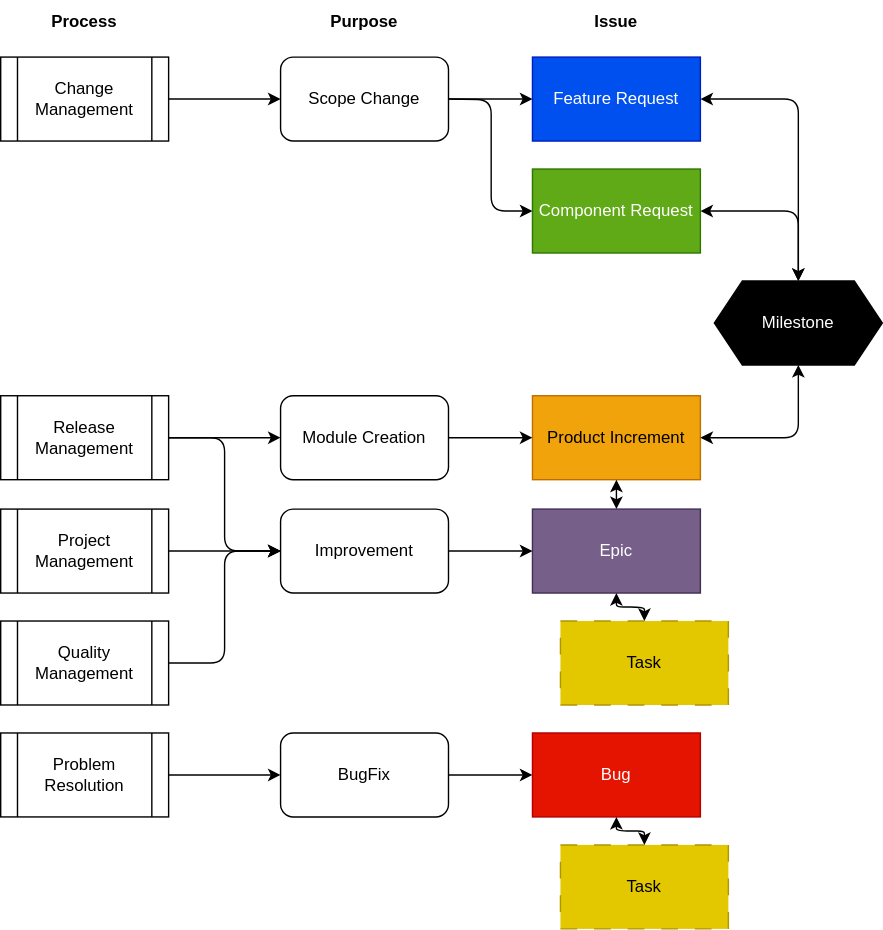
Before: main/_images/score_project_management_process_issue_overview.drawio.svg, a diagram exported from draw.io (eclipse-score/score). Source tidied: cells renumbered, new cells last; positions are measured from the earlier drawing's top-left corner, leaving out a move shared by most shapes.
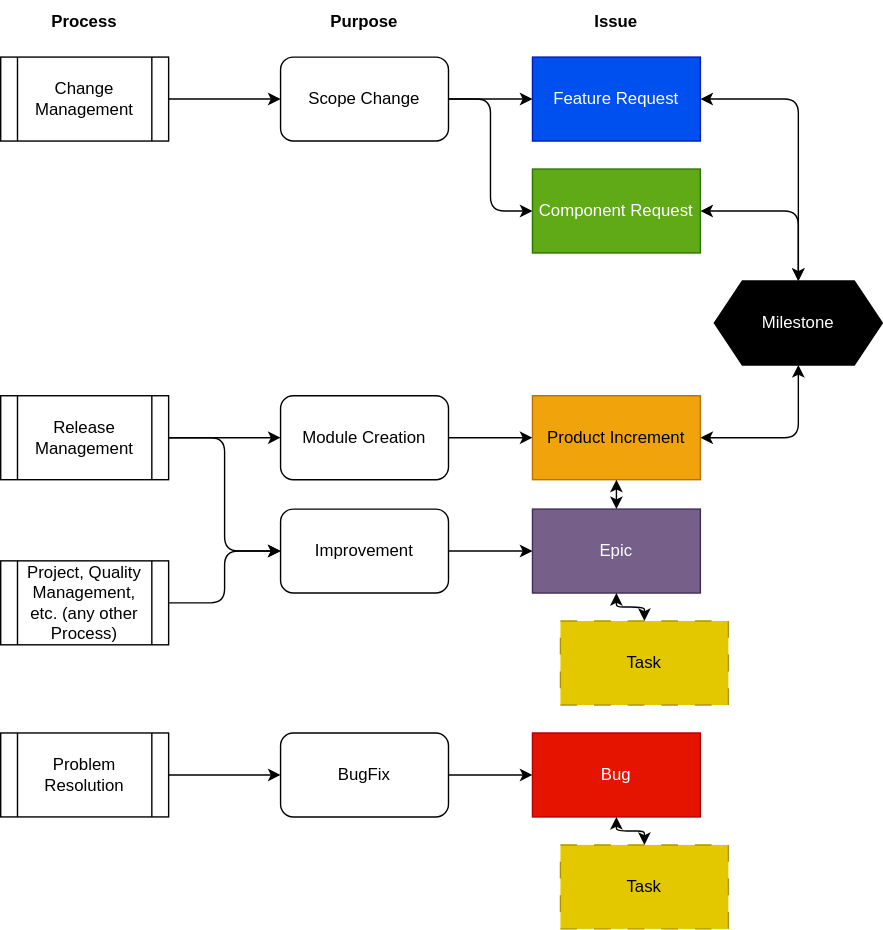
Later version of the same file.

Change to the diagram source:
```diff
@@ -5,12 +5,6 @@
     <mxCell id="2" value="Change Management" style="shape=process;whiteSpace=wrap;html=1;backgroundOutline=1;" parent="1" vertex="1">
       <mxGeometry y="40" width="120" height="60" as="geometry" />
     </mxCell>
-    <mxCell id="3" value="Project Management" style="shape=process;whiteSpace=wrap;html=1;backgroundOutline=1;" parent="1" vertex="1">
-      <mxGeometry y="363" width="120" height="60" as="geometry" />
-    </mxCell>
-    <mxCell id="4" value="Quality Management" style="shape=process;whiteSpace=wrap;html=1;backgroundOutline=1;" parent="1" vertex="1">
-      <mxGeometry y="443" width="120" height="60" as="geometry" />
-    </mxCell>
     <mxCell id="5" value="Problem Resolution" style="shape=process;whiteSpace=wrap;html=1;backgroundOutline=1;" parent="1" vertex="1">
       <mxGeometry y="523" width="120" height="60" as="geometry" />
     </mxCell>
@@ -50,15 +44,9 @@
     <mxCell id="17" style="endArrow=classic;html=1;exitX=1;exitY=0.5;exitDx=0;exitDy=0;entryX=0;entryY=0.5;entryDx=0;entryDy=0;" parent="1" edge="1" source="2" target="6">
       <mxGeometry relative="1" as="geometry" />
     </mxCell>
-    <mxCell id="18" style="endArrow=classic;html=1;exitX=1;exitY=0.5;exitDx=0;exitDy=0;entryX=0;entryY=0.5;entryDx=0;entryDy=0;" parent="1" edge="1" source="3" target="7">
-      <mxGeometry relative="1" as="geometry" />
-    </mxCell>
     <mxCell id="19" style="endArrow=classic;html=1;exitX=1;exitY=0.5;exitDx=0;exitDy=0;entryX=0;entryY=0.5;entryDx=0;entryDy=0;" parent="1" edge="1" source="7" target="13">
       <mxGeometry relative="1" as="geometry" />
     </mxCell>
-    <mxCell id="20" style="endArrow=classic;html=1;exitX=1;exitY=0.5;exitDx=0;exitDy=0;entryX=0;entryY=0.5;entryDx=0;entryDy=0;edgeStyle=orthogonalEdgeStyle;" parent="1" edge="1" source="4" target="7">
-      <mxGeometry relative="1" as="geometry" />
-    </mxCell>
     <mxCell id="21" style="endArrow=classic;html=1;exitX=1;exitY=0.5;exitDx=0;exitDy=0;entryX=0;entryY=0.5;entryDx=0;entryDy=0;" parent="1" edge="1" source="5" target="8">
       <mxGeometry relative="1" as="geometry" />
     </mxCell>
@@ -115,5 +103,11 @@
     <mxCell id="38" style="endArrow=classic;html=1;entryX=0;entryY=0.5;entryDx=0;entryDy=0;edgeStyle=orthogonalEdgeStyle;exitX=1;exitY=0.5;exitDx=0;exitDy=0;" parent="1" edge="1" source="25" target="7">
       <mxGeometry relative="1" as="geometry" />
     </mxCell>
+    <mxCell id="39" value="Project, Quality Management, etc. (any other Process)" style="shape=process;whiteSpace=wrap;html=1;backgroundOutline=1;" parent="1" vertex="1">
+      <mxGeometry y="400" width="120" height="60" as="geometry" />
+    </mxCell>
+    <mxCell id="40" style="endArrow=classic;html=1;exitX=1;exitY=0.5;exitDx=0;exitDy=0;entryX=0;entryY=0.5;entryDx=0;entryDy=0;edgeStyle=orthogonalEdgeStyle;" parent="1" edge="1" source="39" target="7">
+      <mxGeometry relative="1" as="geometry" />
+    </mxCell>
   </root>
 </mxGraphModel>
```
